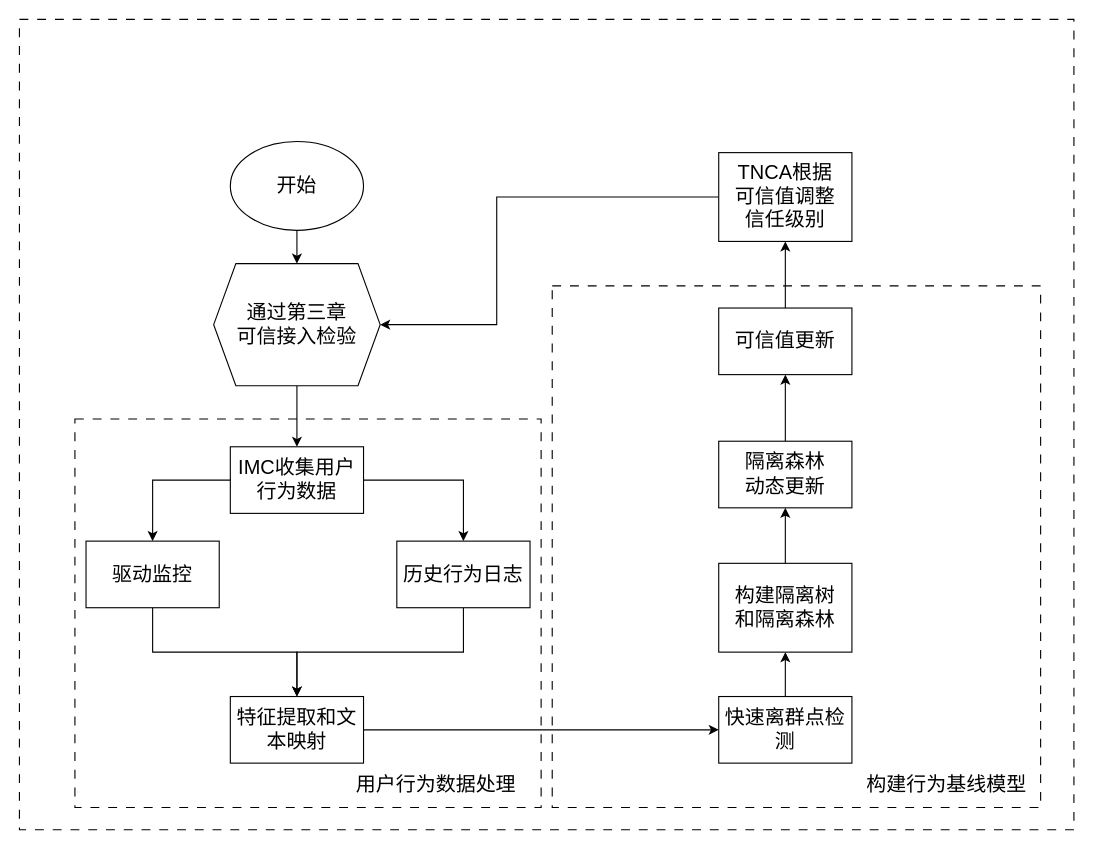
The draw.io diagram testDirectory/持续接入检验流程.drawio in Moose1273/-, before the edit. Source tidied: cells renumbered, new cells numbered last; positions are measured from the earlier drawing's top-left corner, leaving out a move shared by most shapes. Both pictures are drawn from the tidied source at 111%, with x=0, y=0 at pixel (19, 19).
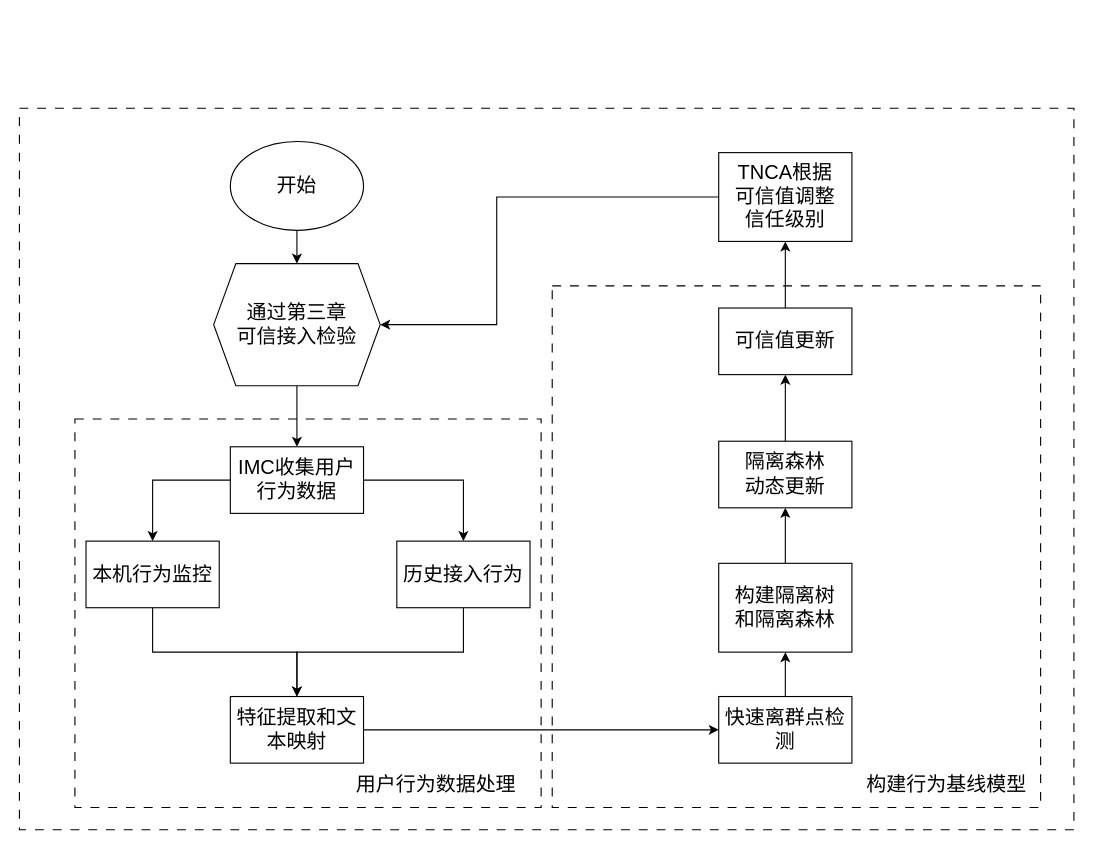
Above is the later version.

Commit message:
更新持续接入检验流程.drawio

What changed in the source:
```diff
@@
     <mxCell id="2" style="rounded=0;whiteSpace=wrap;html=1;dashed=1;dashPattern=8 8;" parent="1" vertex="1">
-      <mxGeometry width="950" height="730" as="geometry" />
+      <mxGeometry y="80" width="950" height="650" as="geometry" />
     </mxCell>
@@
-    <mxCell id="13" value="驱动监控" style="whiteSpace=wrap;html=1;fontSize=18;" parent="1" vertex="1">
+    <mxCell id="13" value="本机行为监控" style="whiteSpace=wrap;html=1;fontSize=18;" parent="1" vertex="1">
       <mxGeometry x="60" y="470" width="120" height="60" as="geometry" />
     </mxCell>
@@
-    <mxCell id="15" value="历史行为日志" style="whiteSpace=wrap;html=1;fontSize=18;" parent="1" vertex="1">
+    <mxCell id="15" value="历史接入行为" style="whiteSpace=wrap;html=1;fontSize=18;" parent="1" vertex="1">
       <mxGeometry x="340" y="470" width="120" height="60" as="geometry" />
     </mxCell>
```
